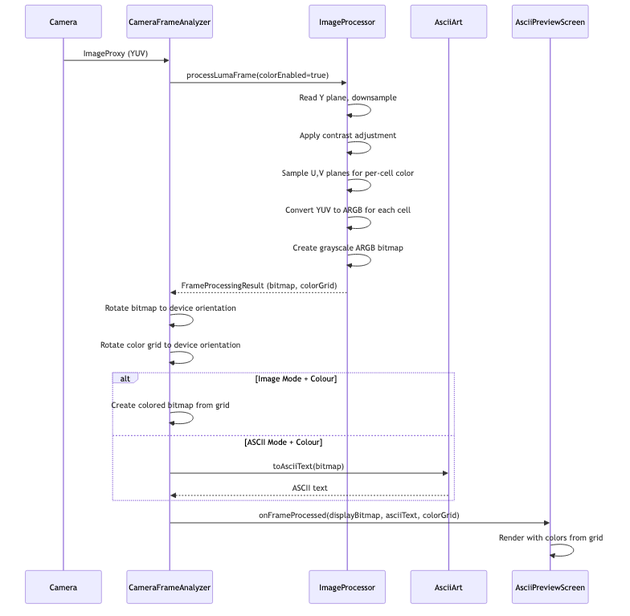
This is docs/sequence-colour.png from replicant1/AsciiArt, a Mermaid export, as it was before one commit. Its source is kept beside it as docs/sequence-colour.mmd.
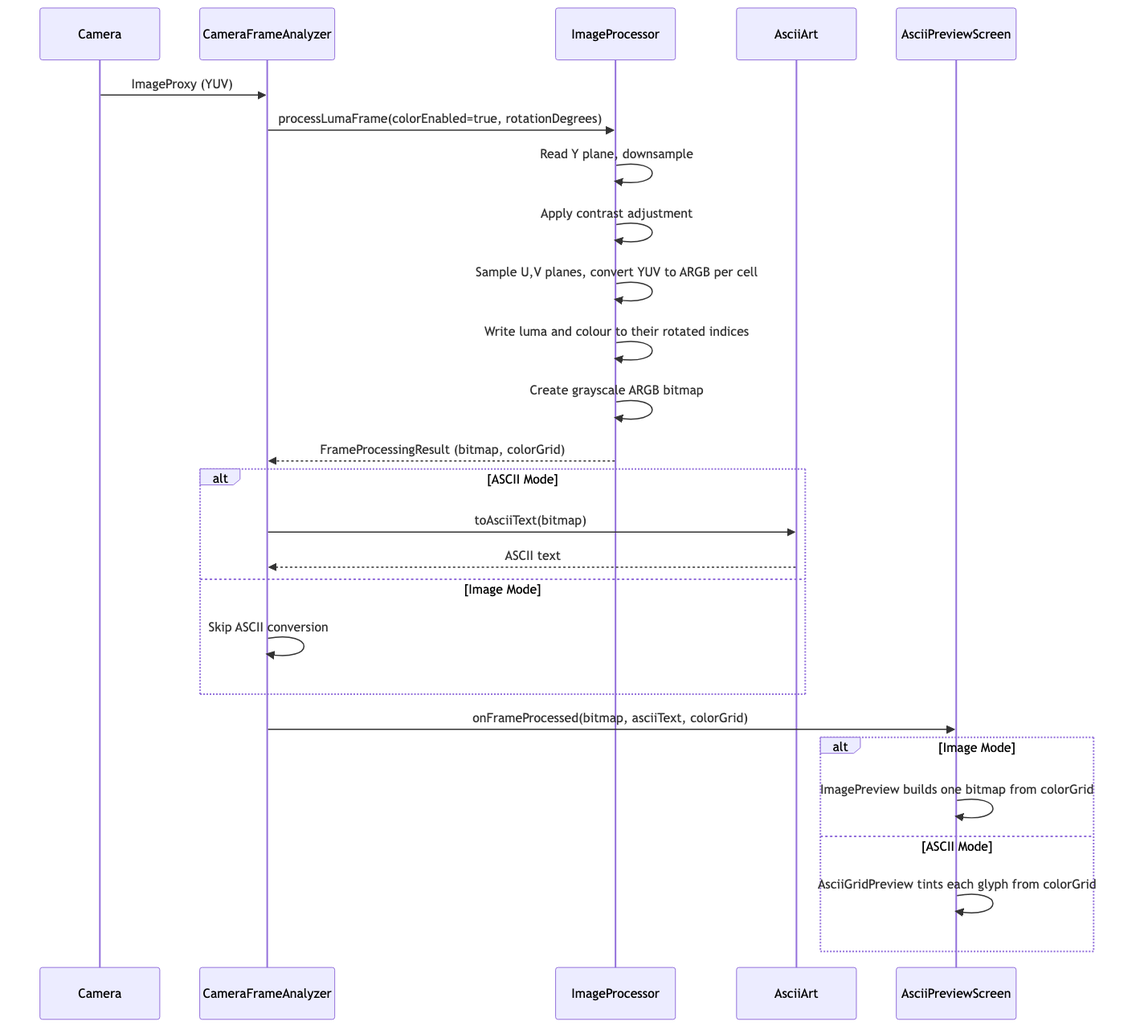
Above is the later version.

What changed in the source:
```diff
@@ -6,20 +6,22 @@
     participant UI as AsciiPreviewScreen
 
     Camera->>CFA: ImageProxy (YUV)
-    CFA->>IP: processLumaFrame(colorEnabled=true)
+    CFA->>IP: processLumaFrame(colorEnabled=true, rotationDegrees)
     IP->>IP: Read Y plane, downsample
     IP->>IP: Apply contrast adjustment
-    IP->>IP: Sample U,V planes for per-cell color
-    IP->>IP: Convert YUV to ARGB for each cell
+    IP->>IP: Sample U,V planes, convert YUV to ARGB per cell
+    IP->>IP: Write luma and colour to their rotated indices
     IP->>IP: Create grayscale ARGB bitmap
     IP-->>CFA: FrameProcessingResult (bitmap, colorGrid)
-    CFA->>CFA: Rotate bitmap to device orientation
-    CFA->>CFA: Rotate color grid to device orientation
-    alt Image Mode + Colour
-        CFA->>CFA: Create colored bitmap from grid
-    else ASCII Mode + Colour
+    alt ASCII Mode
         CFA->>AA: toAsciiText(bitmap)
         AA-->>CFA: ASCII text
+    else Image Mode
+        CFA->>CFA: Skip ASCII conversion
     end
-    CFA->>UI: onFrameProcessed(displayBitmap, asciiText, colorGrid)
-    UI->>UI: Render with colors from grid
+    CFA->>UI: onFrameProcessed(bitmap, asciiText, colorGrid)
+    alt Image Mode
+        UI->>UI: ImagePreview builds one bitmap from colorGrid
+    else ASCII Mode
+        UI->>UI: AsciiGridPreview tints each glyph from colorGrid
+    end
```
